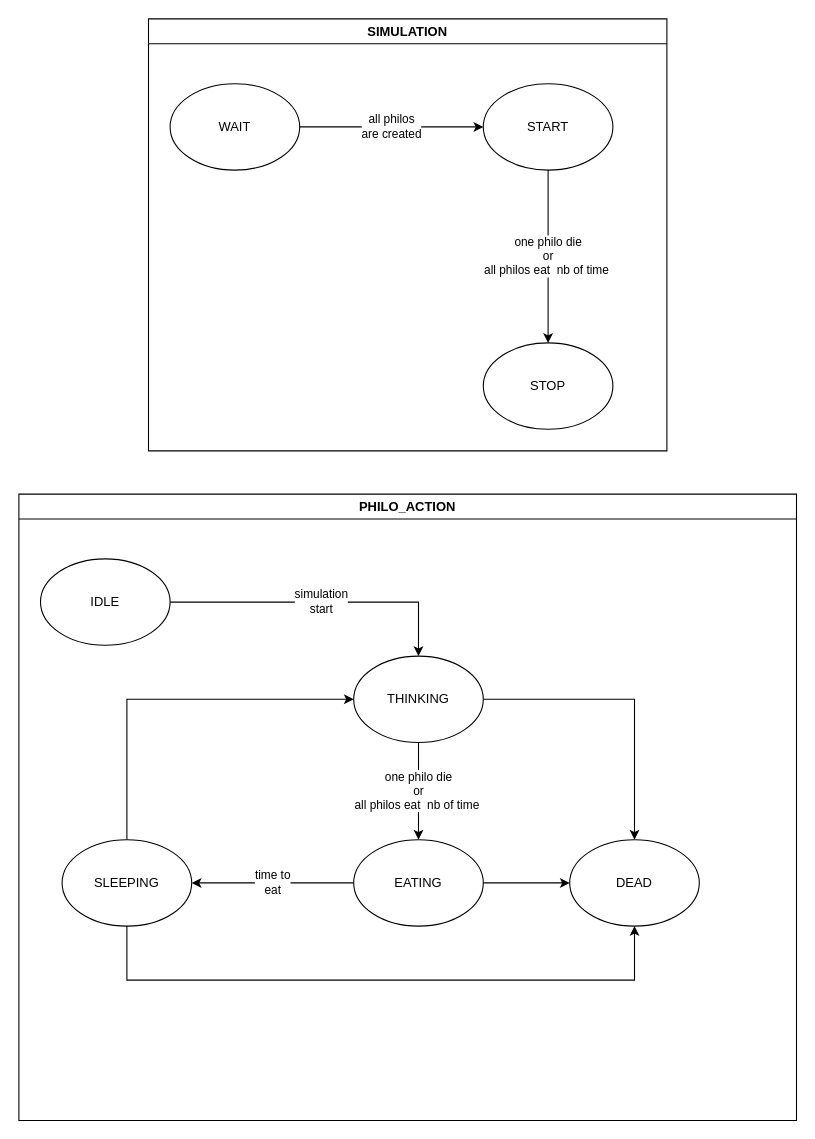
Earlier version of the draw.io diagram philo/state_machine.drawio (jbcaron/philosophers). Source tidied: cells renumbered, new cells numbered last; positions are measured from the earlier drawing's top-left corner, leaving out a move shared by most shapes. Both pictures are drawn from the tidied source at 108%, with x=0, y=0 at pixel (18, 18).
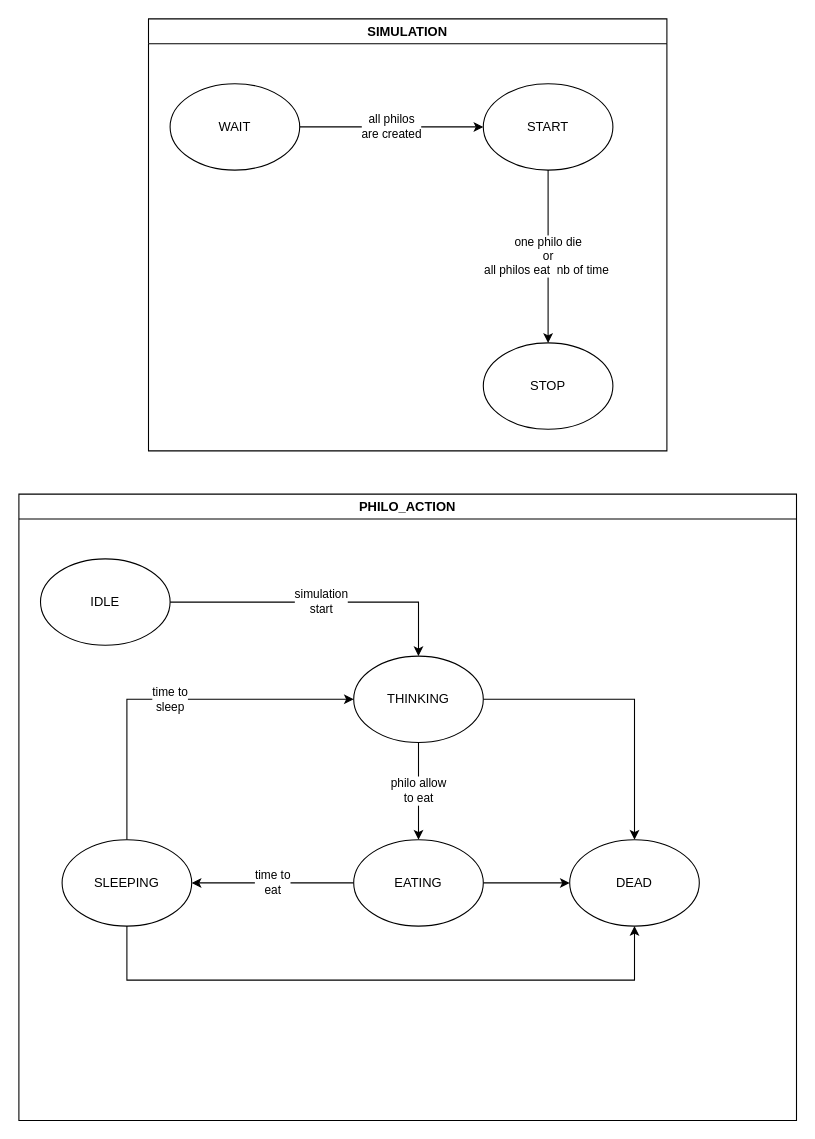
After the change.

Unchanged cells that the change refers to:
```xml
<mxCell id="8" value="PHILO_ACTION" style="swimlane;whiteSpace=wrap;html=1;" parent="1" vertex="1">
  <mxGeometry y="440" width="720" height="580" as="geometry" />
</mxCell>
<mxCell id="13" value="THINKING" style="ellipse;whiteSpace=wrap;html=1;" parent="8" vertex="1">
  <mxGeometry x="310" y="150" width="120" height="80" as="geometry" />
</mxCell>
<mxCell id="16" value="EATING" style="ellipse;whiteSpace=wrap;html=1;" parent="8" vertex="1">
  <mxGeometry x="310" y="320" width="120" height="80" as="geometry" />
</mxCell>
<mxCell id="19" value="SLEEPING" style="ellipse;whiteSpace=wrap;html=1;" parent="8" vertex="1">
  <mxGeometry x="40" y="320" width="120" height="80" as="geometry" />
</mxCell>
```

Diff of the diagram source:
```diff
@@
-    <mxCell id="11" value="one philo die&lt;br&gt;or&lt;br&gt;all philos eat&amp;nbsp; nb of time&amp;nbsp;" style="edgeStyle=orthogonalEdgeStyle;rounded=0;jettySize=auto;html=1;" parent="8" edge="1" source="13" target="16">
+    <mxCell id="11" value="philo allow&lt;br&gt;to eat" style="edgeStyle=orthogonalEdgeStyle;rounded=0;jettySize=auto;html=1;" parent="8" edge="1" source="13" target="16">
       <mxGeometry relative="1" as="geometry" />
     </mxCell>
@@
-    <mxCell id="17" style="edgeStyle=orthogonalEdgeStyle;rounded=0;jettySize=auto;html=1;exitX=0.5;exitY=0;exitDx=0;exitDy=0;entryX=0;entryY=0.5;entryDx=0;entryDy=0;" parent="8" edge="1" source="19" target="13">
+    <mxCell id="17" value="time to&lt;br&gt;sleep" style="edgeStyle=orthogonalEdgeStyle;rounded=0;jettySize=auto;html=1;exitX=0.5;exitY=0;exitDx=0;exitDy=0;entryX=0;entryY=0.5;entryDx=0;entryDy=0;" parent="8" edge="1" source="19" target="13">
       <mxGeometry relative="1" as="geometry" />
     </mxCell>
```
